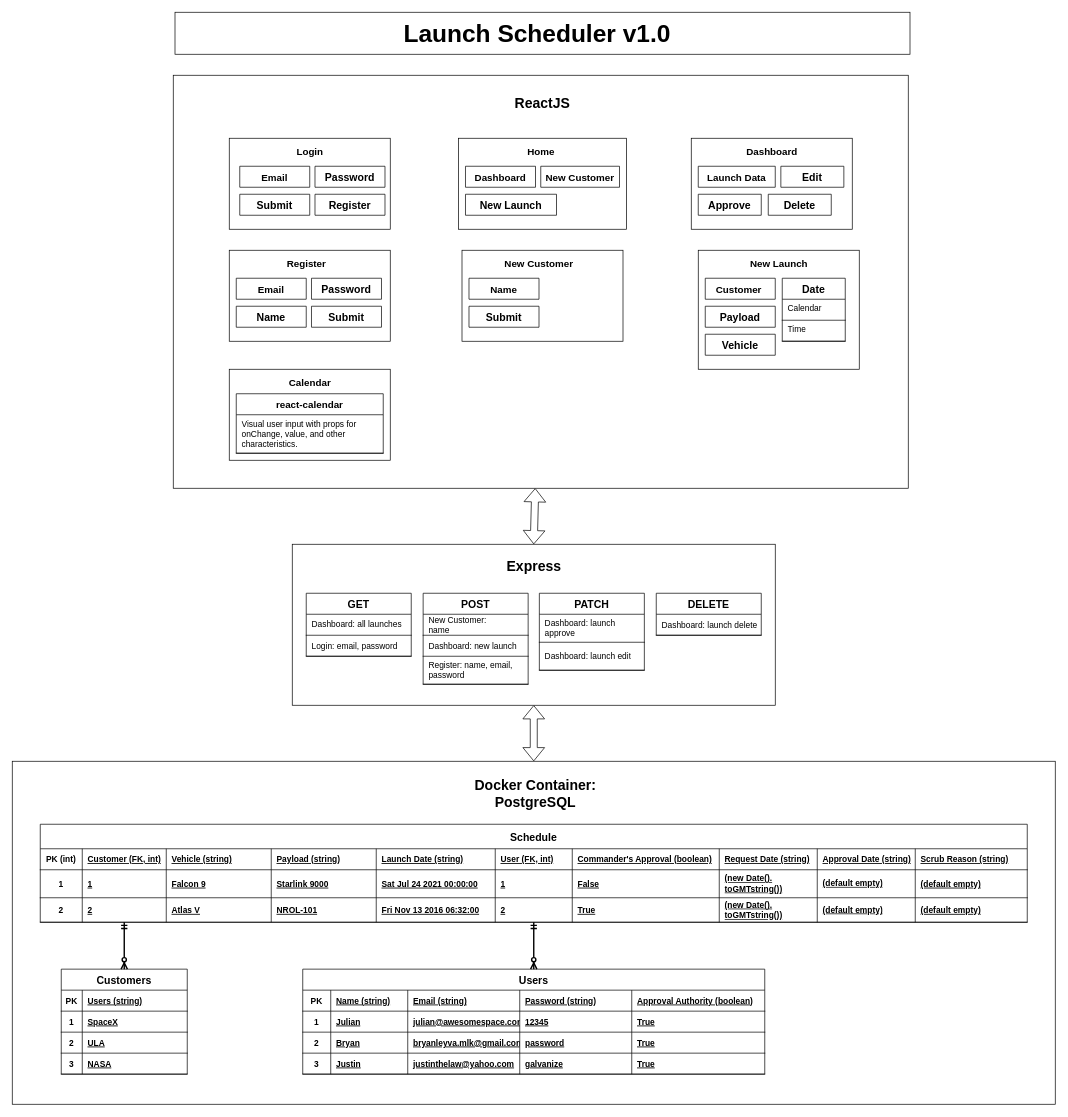
Earlier version of the draw.io diagram Description/SCHEMA.drawio (nailuj843/ussf_sdi_project_2). Source tidied: cells renumbered, new cells numbered last; positions are measured from the earlier drawing's top-left corner, leaving out a move shared by most shapes. Both pictures are drawn from the tidied source at 70%, with x=0, y=0 at pixel (12, 12).
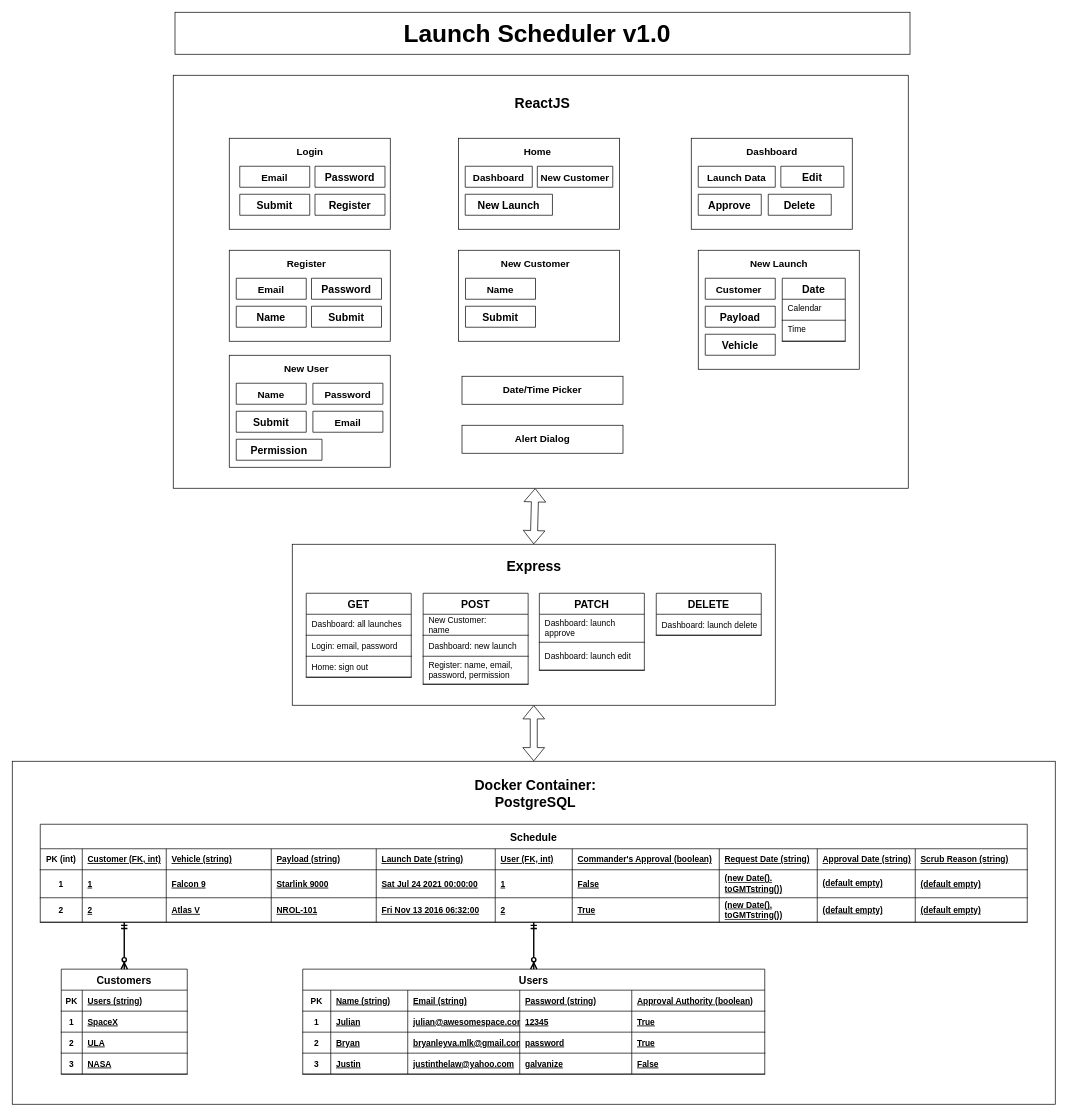
After the change.

The change refers to these unchanged cells:
```xml
<mxCell id="74" style="shape=partialRectangle;fillColor=none;top=0;left=0;bottom=1;right=0;" parent="55" vertex="1">
  <mxGeometry y="120" width="660" height="30" as="geometry" />
</mxCell>
<mxCell id="94" style="shape=partialRectangle;fillColor=none;top=0;left=0;bottom=1;right=0;" parent="89" vertex="1">
  <mxGeometry y="90" width="150" height="40" as="geometry" />
</mxCell>
```

What changed in the source:
```diff
@@
-    <mxCell id="79" value="True" style="shape=partialRectangle;fillColor=none;top=0;left=0;bottom=0;right=0;align=left;spacingLeft=6;fontStyle=5;overflow=hidden;" parent="74" vertex="1">
+    <mxCell id="79" value="False" style="shape=partialRectangle;fillColor=none;top=0;left=0;bottom=0;right=0;align=left;spacingLeft=6;fontStyle=5;overflow=hidden;" parent="74" vertex="1">
       <mxGeometry x="470" width="190" height="30" as="geometry" />
     </mxCell>
@@
     <mxCell id="84" value="GET" style="shape=table;startSize=30;childLayout=tableLayout;rowLines=0;fontStyle=1;align=center;fontSize=15;" parent="1" vertex="1">
-      <mxGeometry x="420" y="830" width="150" height="90" as="geometry" />
+      <mxGeometry x="420" y="830" width="150" height="120" as="geometry" />
     </mxCell>
@@
+    <mxCell id="155" style="shape=partialRectangle;fillColor=none;top=0;left=0;bottom=1;right=0;" parent="84" vertex="1">
+      <mxGeometry y="90" width="150" height="30" as="geometry" />
+    </mxCell>
+    <mxCell id="156" value="Home: sign out" style="shape=partialRectangle;fillColor=none;top=0;left=0;bottom=0;right=0;align=left;spacingLeft=6;fontStyle=0;overflow=hidden;" parent="155" vertex="1">
+      <mxGeometry width="150" height="30" as="geometry" />
+    </mxCell>
@@
-    <mxCell id="95" value="Register: name, email, password" style="shape=partialRectangle;fillColor=none;top=0;left=0;bottom=0;right=0;align=left;spacingLeft=6;fontStyle=0;overflow=hidden;whiteSpace=wrap;" parent="94" vertex="1">
+    <mxCell id="95" value="Register: name, email, password, permission" style="shape=partialRectangle;fillColor=none;top=0;left=0;bottom=0;right=0;align=left;spacingLeft=6;fontStyle=0;overflow=hidden;whiteSpace=wrap;" parent="94" vertex="1">
       <mxGeometry width="150" height="40" as="geometry" />
     </mxCell>
@@
     <mxCell id="111" style="group;" parent="1" vertex="1">
-      <mxGeometry x="637.5" y="180" width="240" height="130" as="geometry" />
+      <mxGeometry x="637.5" y="180" width="230" height="130" as="geometry" />
     </mxCell>
     <mxCell id="112" style="whiteSpace=wrap;html=1;fontSize=15;" parent="111" vertex="1">
-      <mxGeometry width="240" height="130" as="geometry" />
+      <mxGeometry width="230" height="130" as="geometry" />
     </mxCell>
     <mxCell id="113" value="Dashboard" style="shape=table;startSize=30;childLayout=tableLayout;rowLines=0;fontStyle=1;align=center;fontSize=14;" parent="111" vertex="1" collapsed="1">
-      <mxGeometry x="10" y="40" width="100" height="30" as="geometry" />
+      <mxGeometry x="9.6" y="40" width="95.8" height="30" as="geometry" />
     </mxCell>
     <mxCell id="114" value="Home" style="text;html=1;strokeColor=none;fillColor=none;align=center;verticalAlign=middle;whiteSpace=wrap;rounded=0;fontSize=14;fontStyle=1;" parent="111" vertex="1">
-      <mxGeometry x="20" y="10" width="195" height="20" as="geometry" />
+      <mxGeometry x="19.2" y="10" width="186.9" height="20" as="geometry" />
     </mxCell>
     <mxCell id="115" value="New Launch" style="shape=table;startSize=30;childLayout=tableLayout;rowLines=0;fontStyle=1;align=center;fontSize=15;" parent="111" vertex="1" collapsed="1">
-      <mxGeometry x="10" y="80" width="130" height="30" as="geometry" />
+      <mxGeometry x="9.6" y="80" width="124.6" height="30" as="geometry" />
     </mxCell>
     <mxCell id="116" value="New Customer" style="shape=table;startSize=30;childLayout=tableLayout;rowLines=0;fontStyle=1;align=center;fontSize=14;" parent="111" vertex="1" collapsed="1">
-      <mxGeometry x="117.5" y="40" width="112.5" height="30" as="geometry" />
+      <mxGeometry x="112.6" y="40" width="107.8" height="30" as="geometry" />
     </mxCell>
@@
     <mxCell id="131" style="group;" parent="1" vertex="1">
-      <mxGeometry x="642.5" y="340" width="230" height="130" as="geometry" />
+      <mxGeometry x="637.5" y="340" width="230" height="130" as="geometry" />
     </mxCell>
@@
-    <mxCell id="136" style="group;" parent="1" vertex="1">
-      <mxGeometry x="310" y="510" width="230" height="130" as="geometry" />
-    </mxCell>
-    <mxCell id="137" style="whiteSpace=wrap;html=1;fontSize=15;" parent="136" vertex="1">
-      <mxGeometry width="230" height="130" as="geometry" />
-    </mxCell>
-    <mxCell id="138" value="react-calendar" style="shape=table;startSize=30;childLayout=tableLayout;rowLines=0;fontStyle=1;align=center;fontSize=14;" parent="136" vertex="1">
-      <mxGeometry x="10" y="35" width="210" height="85" as="geometry" />
-    </mxCell>
-    <mxCell id="139" style="shape=partialRectangle;fillColor=none;top=0;left=0;bottom=1;right=0;" parent="138" vertex="1">
-      <mxGeometry y="30" width="210" height="55" as="geometry" />
-    </mxCell>
-    <mxCell id="140" value="Visual user input with props for onChange, value, and other characteristics." style="shape=partialRectangle;fillColor=none;top=0;left=0;bottom=0;right=0;align=left;spacingLeft=6;fontStyle=0;overflow=hidden;whiteSpace=wrap;verticalAlign=top;" parent="139" vertex="1">
-      <mxGeometry width="210" height="55" as="geometry" />
-    </mxCell>
-    <mxCell id="141" value="Calendar" style="text;html=1;strokeColor=none;fillColor=none;align=center;verticalAlign=middle;whiteSpace=wrap;rounded=0;fontSize=14;fontStyle=1;" parent="136" vertex="1">
-      <mxGeometry x="17.5" y="10" width="195" height="20" as="geometry" />
-    </mxCell>
@@
+    <mxCell id="157" style="whiteSpace=wrap;html=1;fontSize=15;" parent="1" vertex="1">
+      <mxGeometry x="642.5" y="590" width="230" height="40" as="geometry" />
+    </mxCell>
+    <mxCell id="158" value="Alert Dialog" style="text;html=1;strokeColor=none;fillColor=none;align=center;verticalAlign=middle;whiteSpace=wrap;rounded=0;fontSize=14;fontStyle=1;" parent="1" vertex="1">
+      <mxGeometry x="660" y="600" width="195" height="20" as="geometry" />
+    </mxCell>
+    <mxCell id="159" style="whiteSpace=wrap;html=1;fontSize=15;" parent="1" vertex="1">
+      <mxGeometry x="642.5" y="520" width="230" height="40" as="geometry" />
+    </mxCell>
+    <mxCell id="160" value="Date/Time Picker" style="text;html=1;strokeColor=none;fillColor=none;align=center;verticalAlign=middle;whiteSpace=wrap;rounded=0;fontSize=14;fontStyle=1;" parent="1" vertex="1">
+      <mxGeometry x="660" y="530" width="195" height="20" as="geometry" />
+    </mxCell>
+    <mxCell id="161" style="whiteSpace=wrap;html=1;fontSize=15;" parent="1" vertex="1">
+      <mxGeometry x="310" y="490" width="230" height="160" as="geometry" />
+    </mxCell>
+    <mxCell id="162" value="Name" style="shape=table;startSize=30;childLayout=tableLayout;rowLines=0;fontStyle=1;align=center;fontSize=14;" parent="1" vertex="1" collapsed="1">
+      <mxGeometry x="320" y="530" width="100" height="30" as="geometry" />
+    </mxCell>
+    <mxCell id="163" value="New User" style="text;html=1;strokeColor=none;fillColor=none;align=center;verticalAlign=middle;whiteSpace=wrap;rounded=0;fontSize=14;fontStyle=1;" parent="1" vertex="1">
+      <mxGeometry x="322.5" y="500" width="195" height="20" as="geometry" />
+    </mxCell>
+    <mxCell id="164" value="Submit" style="shape=table;startSize=30;childLayout=tableLayout;rowLines=0;fontStyle=1;align=center;fontSize=15;" parent="1" vertex="1" collapsed="1">
+      <mxGeometry x="320" y="570" width="100" height="30" as="geometry" />
+    </mxCell>
+    <mxCell id="165" value="Password" style="shape=table;startSize=30;childLayout=tableLayout;rowLines=0;fontStyle=1;align=center;fontSize=14;" parent="1" vertex="1" collapsed="1">
+      <mxGeometry x="429.5" y="530" width="100" height="30" as="geometry" />
+    </mxCell>
+    <mxCell id="166" value="Email" style="shape=table;startSize=30;childLayout=tableLayout;rowLines=0;fontStyle=1;align=center;fontSize=14;" parent="1" vertex="1" collapsed="1">
+      <mxGeometry x="429.5" y="570" width="100" height="30" as="geometry" />
+    </mxCell>
+    <mxCell id="167" value="Permission" style="shape=table;startSize=30;childLayout=tableLayout;rowLines=0;fontStyle=1;align=center;fontSize=15;" parent="1" vertex="1" collapsed="1">
+      <mxGeometry x="320" y="610" width="122.5" height="30" as="geometry" />
+    </mxCell>
```
